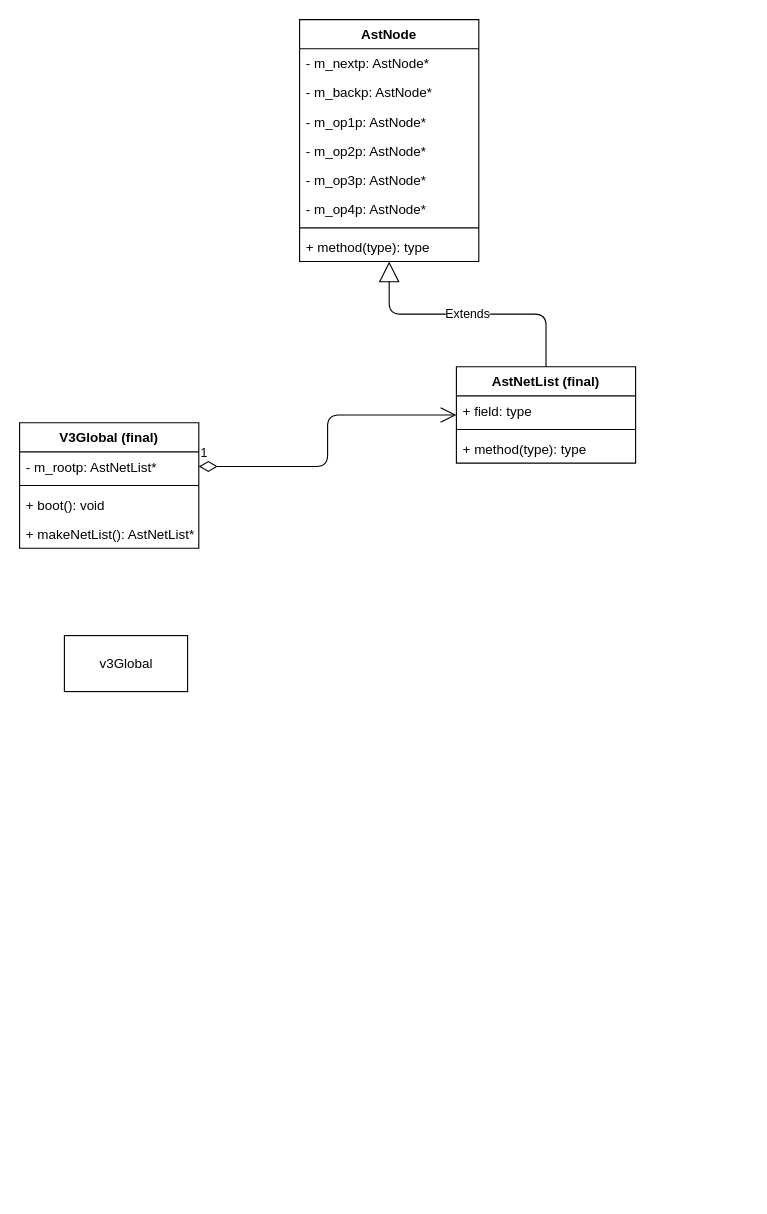
The draw.io diagram V3Global.drawio in Dercury/CLDK, before the edit. Source tidied: cells renumbered, new cells numbered last; positions are measured from the earlier drawing's top-left corner, leaving out a move shared by most shapes. Both pictures are drawn from the tidied source at 112%, with x=0, y=0 at pixel (19, 19).
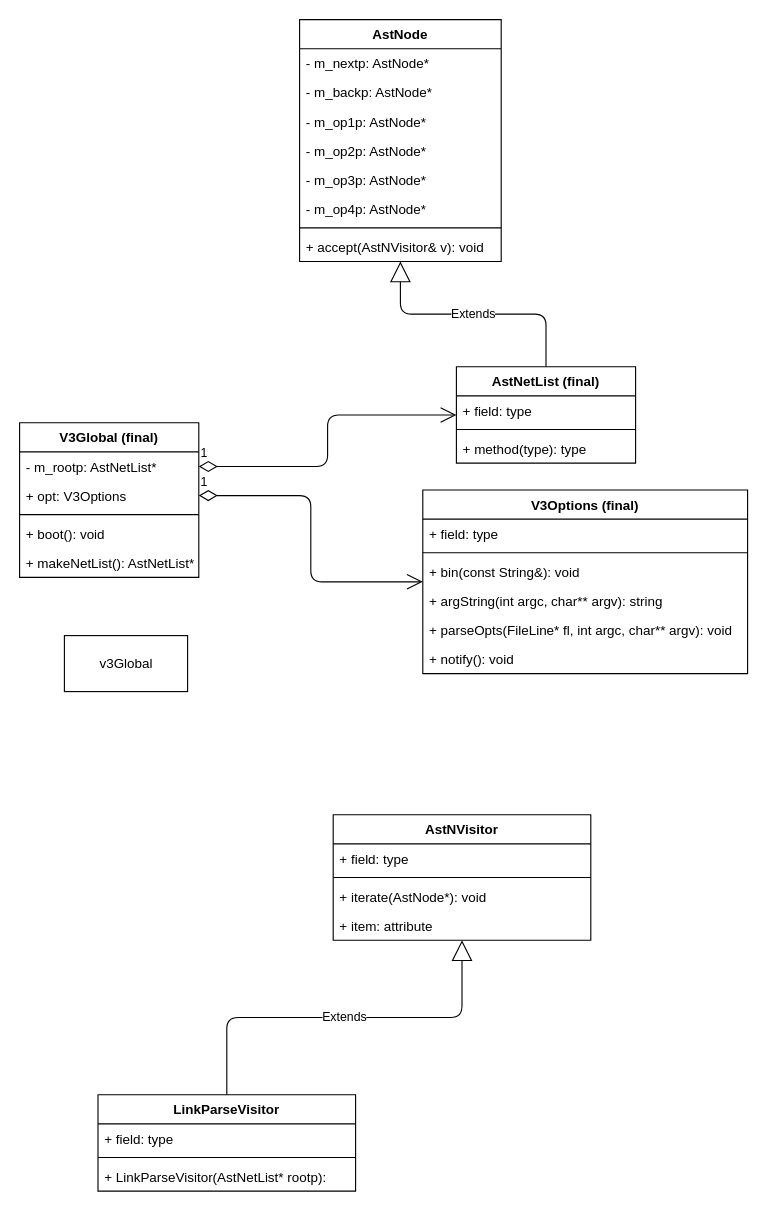
After the change.

What changed in the source:
```diff
@@
     <mxCell id="2" value="V3Global (final)" style="swimlane;fontStyle=1;align=center;verticalAlign=top;horizontal=1;startSize=26;" parent="1" vertex="1">
-      <mxGeometry y="360" width="160" height="112" as="geometry" />
+      <mxGeometry y="360" width="160" height="138" as="geometry" />
     </mxCell>
@@
+    <mxCell id="23" value="+ opt: V3Options" style="text;strokeColor=none;fillColor=none;align=left;verticalAlign=top;spacingLeft=4;spacingRight=4;overflow=hidden;points=[[0,0.5],[1,0.5]];portConstraint=eastwest;" parent="2" vertex="1">
+      <mxGeometry y="52" width="160" height="26" as="geometry" />
+    </mxCell>
     <mxCell id="4" style="line;strokeWidth=1;fillColor=none;align=left;verticalAlign=middle;spacingTop=-1;spacingLeft=3;spacingRight=3;labelPosition=right;" parent="2" vertex="1">
-      <mxGeometry y="52" width="160" height="8" as="geometry" />
+      <mxGeometry y="78" width="160" height="8" as="geometry" />
     </mxCell>
     <mxCell id="5" value="+ boot(): void" style="text;strokeColor=none;fillColor=none;align=left;verticalAlign=top;spacingLeft=4;spacingRight=4;overflow=hidden;" parent="2" vertex="1">
-      <mxGeometry y="60" width="160" height="26" as="geometry" />
+      <mxGeometry y="86" width="160" height="26" as="geometry" />
     </mxCell>
     <mxCell id="6" value="+ makeNetList(): AstNetList*" style="text;strokeColor=none;fillColor=none;align=left;verticalAlign=top;spacingLeft=4;spacingRight=4;overflow=hidden;" parent="2" vertex="1">
-      <mxGeometry y="86" width="160" height="26" as="geometry" />
+      <mxGeometry y="112" width="160" height="26" as="geometry" />
     </mxCell>
@@
     <mxCell id="13" value="AstNode" style="swimlane;fontStyle=1;align=center;verticalAlign=top;horizontal=1;startSize=26;" parent="1" vertex="1">
-      <mxGeometry x="250" width="160" height="216" as="geometry" />
+      <mxGeometry x="250" width="180" height="216" as="geometry" />
     </mxCell>
     <mxCell id="14" value="- m_nextp: AstNode*" style="text;strokeColor=none;fillColor=none;align=left;verticalAlign=top;spacingLeft=4;spacingRight=4;overflow=hidden;" parent="13" vertex="1">
-      <mxGeometry y="26" width="160" height="26" as="geometry" />
+      <mxGeometry y="26" width="180" height="26" as="geometry" />
     </mxCell>
     <mxCell id="15" value="- m_backp: AstNode*" style="text;strokeColor=none;fillColor=none;align=left;verticalAlign=top;spacingLeft=4;spacingRight=4;overflow=hidden;" parent="13" vertex="1">
-      <mxGeometry y="52" width="160" height="26" as="geometry" />
+      <mxGeometry y="52" width="180" height="26" as="geometry" />
     </mxCell>
     <mxCell id="16" value="- m_op1p: AstNode*" style="text;strokeColor=none;fillColor=none;align=left;verticalAlign=top;spacingLeft=4;spacingRight=4;overflow=hidden;" parent="13" vertex="1">
-      <mxGeometry y="78" width="160" height="26" as="geometry" />
+      <mxGeometry y="78" width="180" height="26" as="geometry" />
     </mxCell>
     <mxCell id="17" value="- m_op2p: AstNode*" style="text;strokeColor=none;fillColor=none;align=left;verticalAlign=top;spacingLeft=4;spacingRight=4;overflow=hidden;" parent="13" vertex="1">
-      <mxGeometry y="104" width="160" height="26" as="geometry" />
+      <mxGeometry y="104" width="180" height="26" as="geometry" />
     </mxCell>
     <mxCell id="18" value="- m_op3p: AstNode*" style="text;strokeColor=none;fillColor=none;align=left;verticalAlign=top;spacingLeft=4;spacingRight=4;overflow=hidden;" parent="13" vertex="1">
-      <mxGeometry y="130" width="160" height="26" as="geometry" />
+      <mxGeometry y="130" width="180" height="26" as="geometry" />
     </mxCell>
     <mxCell id="19" value="- m_op4p: AstNode*" style="text;strokeColor=none;fillColor=none;align=left;verticalAlign=top;spacingLeft=4;spacingRight=4;overflow=hidden;" parent="13" vertex="1">
-      <mxGeometry y="156" width="160" height="26" as="geometry" />
+      <mxGeometry y="156" width="180" height="26" as="geometry" />
     </mxCell>
     <mxCell id="20" style="line;strokeWidth=1;fillColor=none;align=left;verticalAlign=middle;spacingTop=-1;spacingLeft=3;spacingRight=3;labelPosition=right;" parent="13" vertex="1">
-      <mxGeometry y="182" width="160" height="8" as="geometry" />
+      <mxGeometry y="182" width="180" height="8" as="geometry" />
     </mxCell>
-    <mxCell id="21" value="+ method(type): type" style="text;strokeColor=none;fillColor=none;align=left;verticalAlign=top;spacingLeft=4;spacingRight=4;overflow=hidden;" parent="13" vertex="1">
-      <mxGeometry y="190" width="160" height="26" as="geometry" />
+    <mxCell id="21" value="+ accept(AstNVisitor&amp; v): void" style="text;strokeColor=none;fillColor=none;align=left;verticalAlign=top;spacingLeft=4;spacingRight=4;overflow=hidden;" parent="13" vertex="1">
+      <mxGeometry y="190" width="180" height="26" as="geometry" />
     </mxCell>
@@
+    <mxCell id="24" value="V3Options (final)" style="swimlane;fontStyle=1;align=center;verticalAlign=top;horizontal=1;startSize=26;" parent="1" vertex="1">
+      <mxGeometry x="360" y="420" width="290" height="164" as="geometry" />
+    </mxCell>
+    <mxCell id="25" value="+ field: type" style="text;strokeColor=none;fillColor=none;align=left;verticalAlign=top;spacingLeft=4;spacingRight=4;overflow=hidden;" parent="24" vertex="1">
+      <mxGeometry y="26" width="290" height="26" as="geometry" />
+    </mxCell>
+    <mxCell id="26" style="line;strokeWidth=1;fillColor=none;align=left;verticalAlign=middle;spacingTop=-1;spacingLeft=3;spacingRight=3;labelPosition=right;" parent="24" vertex="1">
+      <mxGeometry y="52" width="290" height="8" as="geometry" />
+    </mxCell>
+    <mxCell id="27" value="+ bin(const String&amp;): void" style="text;strokeColor=none;fillColor=none;align=left;verticalAlign=top;spacingLeft=4;spacingRight=4;overflow=hidden;" parent="24" vertex="1">
+      <mxGeometry y="60" width="290" height="26" as="geometry" />
+    </mxCell>
+    <mxCell id="28" value="+ argString(int argc, char** argv): string" style="text;strokeColor=none;fillColor=none;align=left;verticalAlign=top;spacingLeft=4;spacingRight=4;overflow=hidden;" parent="24" vertex="1">
+      <mxGeometry y="86" width="290" height="26" as="geometry" />
+    </mxCell>
+    <mxCell id="29" value="+ parseOpts(FileLine* fl, int argc, char** argv): void" style="text;strokeColor=none;fillColor=none;align=left;verticalAlign=top;spacingLeft=4;spacingRight=4;overflow=hidden;" parent="24" vertex="1">
+      <mxGeometry y="112" width="290" height="26" as="geometry" />
+    </mxCell>
+    <mxCell id="30" value="+ notify(): void" style="text;strokeColor=none;fillColor=none;align=left;verticalAlign=top;spacingLeft=4;spacingRight=4;overflow=hidden;" parent="24" vertex="1">
+      <mxGeometry y="138" width="290" height="26" as="geometry" />
+    </mxCell>
+    <mxCell id="31" value="1" style="endArrow=open;html=1;endSize=12;startArrow=diamondThin;startSize=14;startFill=0;edgeStyle=orthogonalEdgeStyle;align=left;verticalAlign=bottom;" parent="1" edge="1" source="23" target="24">
+      <mxGeometry x="-1" y="3" relative="1" as="geometry" />
+    </mxCell>
+    <mxCell id="32" value="LinkParseVisitor" style="swimlane;fontStyle=1;align=center;verticalAlign=top;horizontal=1;startSize=26;" parent="1" vertex="1">
+      <mxGeometry x="70" y="960" width="230" height="86" as="geometry" />
+    </mxCell>
+    <mxCell id="33" value="+ field: type" style="text;strokeColor=none;fillColor=none;align=left;verticalAlign=top;spacingLeft=4;spacingRight=4;overflow=hidden;" parent="32" vertex="1">
+      <mxGeometry y="26" width="230" height="26" as="geometry" />
+    </mxCell>
+    <mxCell id="34" style="line;strokeWidth=1;fillColor=none;align=left;verticalAlign=middle;spacingTop=-1;spacingLeft=3;spacingRight=3;labelPosition=right;" parent="32" vertex="1">
+      <mxGeometry y="52" width="230" height="8" as="geometry" />
+    </mxCell>
+    <mxCell id="35" value="+ LinkParseVisitor(AstNetList* rootp): " style="text;strokeColor=none;fillColor=none;align=left;verticalAlign=top;spacingLeft=4;spacingRight=4;overflow=hidden;" parent="32" vertex="1">
+      <mxGeometry y="60" width="230" height="26" as="geometry" />
+    </mxCell>
+    <mxCell id="36" value="AstNVisitor" style="swimlane;fontStyle=1;align=center;verticalAlign=top;horizontal=1;startSize=26;" parent="1" vertex="1">
+      <mxGeometry x="280" y="710" width="230" height="112" as="geometry" />
+    </mxCell>
+    <mxCell id="37" value="+ field: type" style="text;strokeColor=none;fillColor=none;align=left;verticalAlign=top;spacingLeft=4;spacingRight=4;overflow=hidden;" parent="36" vertex="1">
+      <mxGeometry y="26" width="230" height="26" as="geometry" />
+    </mxCell>
+    <mxCell id="38" style="line;strokeWidth=1;fillColor=none;align=left;verticalAlign=middle;spacingTop=-1;spacingLeft=3;spacingRight=3;labelPosition=right;" parent="36" vertex="1">
+      <mxGeometry y="52" width="230" height="8" as="geometry" />
+    </mxCell>
+    <mxCell id="39" value="+ iterate(AstNode*): void" style="text;strokeColor=none;fillColor=none;align=left;verticalAlign=top;spacingLeft=4;spacingRight=4;overflow=hidden;" parent="36" vertex="1">
+      <mxGeometry y="60" width="230" height="26" as="geometry" />
+    </mxCell>
+    <mxCell id="40" value="+ item: attribute" style="text;strokeColor=none;fillColor=none;align=left;verticalAlign=top;spacingLeft=4;spacingRight=4;overflow=hidden;" parent="36" vertex="1">
+      <mxGeometry y="86" width="230" height="26" as="geometry" />
+    </mxCell>
+    <mxCell id="41" value="Extends" style="endArrow=block;endSize=16;endFill=0;html=1;exitX=0.5;exitY=0;exitDx=0;exitDy=0;edgeStyle=orthogonalEdgeStyle;" parent="1" edge="1" source="32" target="36">
+      <mxGeometry relative="1" as="geometry" />
+    </mxCell>
```
